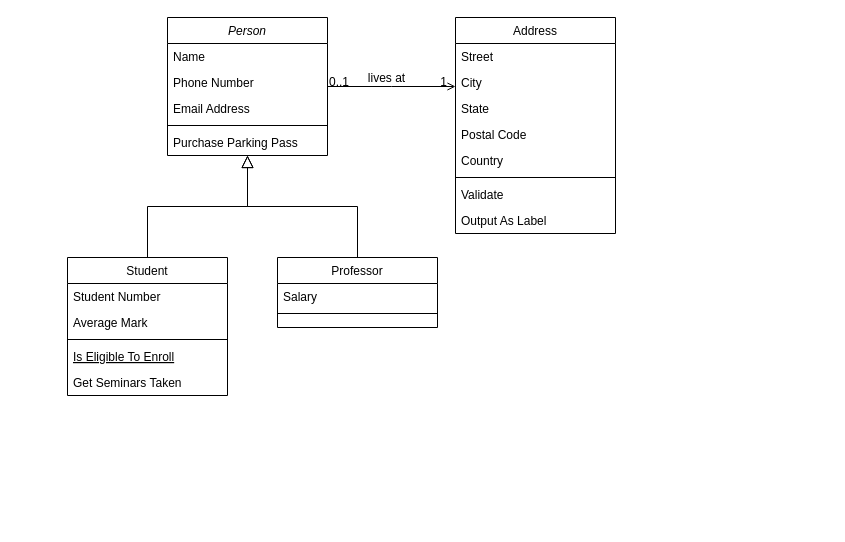
harshithansraj/travelagency keeps this draw.io diagram as Untitled Diagram.drawio. Above is the earlier version. Source tidied: cells renumbered, new cells numbered last; positions are measured from the earlier drawing's top-left corner, leaving out a move shared by most shapes. Both pictures are drawn from the tidied source at 100%, with x=0, y=0 at pixel (67, 17).
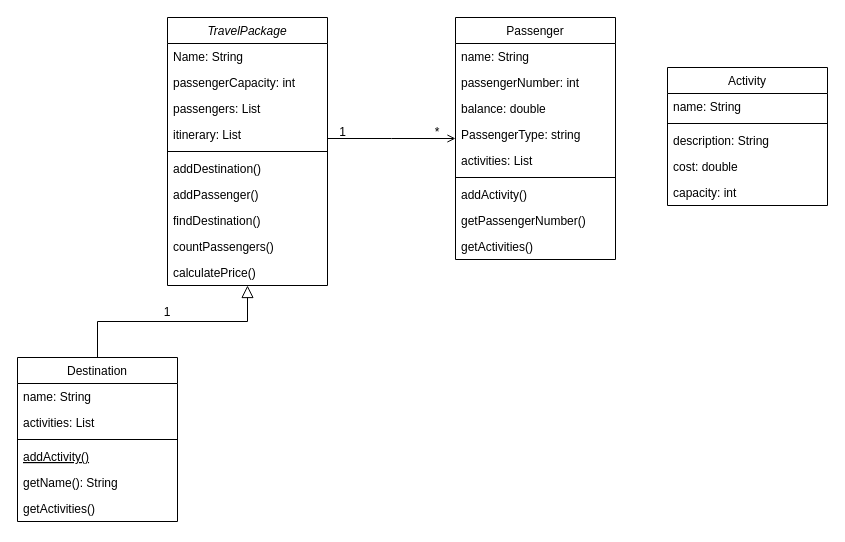
The same diagram, later.

The change refers to these unchanged cells:
```xml
<mxCell id="28" style="endArrow=open;shadow=0;strokeWidth=1;rounded=0;endFill=1;edgeStyle=elbowEdgeStyle;elbow=vertical;" parent="1" edge="1" source="2" target="19">
  <mxGeometry x="0.5" y="41" relative="1" as="geometry">
    <mxPoint x="-40" y="32" as="offset" />
  </mxGeometry>
</mxCell>
```

The edit, as a diff of the source:
```diff
@@
-    <mxCell id="2" value="Person" style="swimlane;fontStyle=2;align=center;verticalAlign=top;horizontal=1;startSize=26;rounded=0;shadow=0;strokeWidth=1;" parent="1" vertex="1">
-      <mxGeometry x="100" width="160" height="138" as="geometry" />
+    <mxCell id="2" value=" TravelPackage  " style="swimlane;fontStyle=2;align=center;verticalAlign=top;horizontal=1;startSize=26;rounded=0;shadow=0;strokeWidth=1;" parent="1" vertex="1">
+      <mxGeometry x="100" width="160" height="268" as="geometry" />
     </mxCell>
-    <mxCell id="3" value="Name" style="text;align=left;verticalAlign=top;spacingLeft=4;spacingRight=4;overflow=hidden;" parent="2" vertex="1">
+    <mxCell id="3" value="Name: String" style="text;align=left;verticalAlign=top;spacingLeft=4;spacingRight=4;overflow=hidden;" parent="2" vertex="1">
       <mxGeometry y="26" width="160" height="26" as="geometry" />
     </mxCell>
-    <mxCell id="4" value="Phone Number" style="text;align=left;verticalAlign=top;spacingLeft=4;spacingRight=4;overflow=hidden;rounded=0;shadow=0;html=0;" parent="2" vertex="1">
+    <mxCell id="4" value="passengerCapacity: int" style="text;align=left;verticalAlign=top;spacingLeft=4;spacingRight=4;overflow=hidden;rounded=0;shadow=0;html=0;" parent="2" vertex="1">
       <mxGeometry y="52" width="160" height="26" as="geometry" />
     </mxCell>
-    <mxCell id="5" value="Email Address" style="text;align=left;verticalAlign=top;spacingLeft=4;spacingRight=4;overflow=hidden;rounded=0;shadow=0;html=0;" parent="2" vertex="1">
+    <mxCell id="5" value="passengers: List" style="text;align=left;verticalAlign=top;spacingLeft=4;spacingRight=4;overflow=hidden;rounded=0;shadow=0;html=0;" parent="2" vertex="1">
       <mxGeometry y="78" width="160" height="26" as="geometry" />
     </mxCell>
+    <mxCell id="32" value="itinerary: List" style="text;align=left;verticalAlign=top;spacingLeft=4;spacingRight=4;overflow=hidden;" parent="2" vertex="1">
+      <mxGeometry y="104" width="160" height="26" as="geometry" />
+    </mxCell>
     <mxCell id="6" style="line;html=1;strokeWidth=1;align=left;verticalAlign=middle;spacingTop=-1;spacingLeft=3;spacingRight=3;labelPosition=right;" parent="2" vertex="1">
-      <mxGeometry y="104" width="160" height="8" as="geometry" />
+      <mxGeometry y="130" width="160" height="8" as="geometry" />
     </mxCell>
-    <mxCell id="7" value="Purchase Parking Pass" style="text;align=left;verticalAlign=top;spacingLeft=4;spacingRight=4;overflow=hidden;" parent="2" vertex="1">
-      <mxGeometry y="112" width="160" height="26" as="geometry" />
+    <mxCell id="7" value="addDestination()" style="text;align=left;verticalAlign=top;spacingLeft=4;spacingRight=4;overflow=hidden;" parent="2" vertex="1">
+      <mxGeometry y="138" width="160" height="26" as="geometry" />
     </mxCell>
+    <mxCell id="33" value="addPassenger()" style="text;align=left;verticalAlign=top;spacingLeft=4;spacingRight=4;overflow=hidden;" parent="2" vertex="1">
+      <mxGeometry y="164" width="160" height="26" as="geometry" />
+    </mxCell>
+    <mxCell id="34" value="findDestination()" style="text;align=left;verticalAlign=top;spacingLeft=4;spacingRight=4;overflow=hidden;" parent="2" vertex="1">
+      <mxGeometry y="190" width="160" height="26" as="geometry" />
+    </mxCell>
+    <mxCell id="35" value="countPassengers()" style="text;align=left;verticalAlign=top;spacingLeft=4;spacingRight=4;overflow=hidden;" parent="2" vertex="1">
+      <mxGeometry y="216" width="160" height="26" as="geometry" />
+    </mxCell>
+    <mxCell id="36" value="calculatePrice()" style="text;align=left;verticalAlign=top;spacingLeft=4;spacingRight=4;overflow=hidden;" parent="2" vertex="1">
+      <mxGeometry y="242" width="160" height="26" as="geometry" />
+    </mxCell>
-    <mxCell id="8" value="Student" style="swimlane;fontStyle=0;align=center;verticalAlign=top;horizontal=1;startSize=26;rounded=0;shadow=0;strokeWidth=1;" parent="1" vertex="1">
-      <mxGeometry y="240" width="160" height="138" as="geometry" />
+    <mxCell id="8" value="Destination" style="swimlane;fontStyle=0;align=center;verticalAlign=top;horizontal=1;startSize=26;rounded=0;shadow=0;strokeWidth=1;" parent="1" vertex="1">
+      <mxGeometry x="-50" y="340" width="160" height="164" as="geometry" />
     </mxCell>
-    <mxCell id="9" value="Student Number" style="text;align=left;verticalAlign=top;spacingLeft=4;spacingRight=4;overflow=hidden;" parent="8" vertex="1">
+    <mxCell id="9" value=" name: String   " style="text;align=left;verticalAlign=top;spacingLeft=4;spacingRight=4;overflow=hidden;" parent="8" vertex="1">
       <mxGeometry y="26" width="160" height="26" as="geometry" />
     </mxCell>
-    <mxCell id="10" value="Average Mark" style="text;align=left;verticalAlign=top;spacingLeft=4;spacingRight=4;overflow=hidden;rounded=0;shadow=0;html=0;" parent="8" vertex="1">
+    <mxCell id="10" value="activities: List" style="text;align=left;verticalAlign=top;spacingLeft=4;spacingRight=4;overflow=hidden;rounded=0;shadow=0;html=0;" parent="8" vertex="1">
       <mxGeometry y="52" width="160" height="26" as="geometry" />
     </mxCell>
@@
-    <mxCell id="12" value="Is Eligible To Enroll" style="text;align=left;verticalAlign=top;spacingLeft=4;spacingRight=4;overflow=hidden;fontStyle=4;" parent="8" vertex="1">
+    <mxCell id="12" value="addActivity()" style="text;align=left;verticalAlign=top;spacingLeft=4;spacingRight=4;overflow=hidden;fontStyle=4;" parent="8" vertex="1">
       <mxGeometry y="86" width="160" height="26" as="geometry" />
     </mxCell>
-    <mxCell id="13" value="Get Seminars Taken" style="text;align=left;verticalAlign=top;spacingLeft=4;spacingRight=4;overflow=hidden;" parent="8" vertex="1">
+    <mxCell id="13" value="getName(): String" style="text;align=left;verticalAlign=top;spacingLeft=4;spacingRight=4;overflow=hidden;" parent="8" vertex="1">
       <mxGeometry y="112" width="160" height="26" as="geometry" />
     </mxCell>
+    <mxCell id="37" value="getActivities()" style="text;align=left;verticalAlign=top;spacingLeft=4;spacingRight=4;overflow=hidden;" parent="8" vertex="1">
+      <mxGeometry y="138" width="160" height="26" as="geometry" />
+    </mxCell>
@@
-    <mxCell id="15" value="Professor" style="swimlane;fontStyle=0;align=center;verticalAlign=top;horizontal=1;startSize=26;rounded=0;shadow=0;strokeWidth=1;" parent="1" vertex="1">
-      <mxGeometry x="210" y="240" width="160" height="70" as="geometry" />
+    <mxCell id="15" value="Activity" style="swimlane;fontStyle=0;align=center;verticalAlign=top;horizontal=1;startSize=26;rounded=0;shadow=0;strokeWidth=1;" parent="1" vertex="1">
+      <mxGeometry x="600" y="50" width="160" height="138" as="geometry" />
     </mxCell>
-    <mxCell id="16" value="Salary" style="text;align=left;verticalAlign=top;spacingLeft=4;spacingRight=4;overflow=hidden;" parent="15" vertex="1">
+    <mxCell id="16" value="name: String" style="text;align=left;verticalAlign=top;spacingLeft=4;spacingRight=4;overflow=hidden;" parent="15" vertex="1">
       <mxGeometry y="26" width="160" height="26" as="geometry" />
     </mxCell>
@@
-    <mxCell id="18" style="endArrow=block;endSize=10;endFill=0;shadow=0;strokeWidth=1;rounded=0;edgeStyle=elbowEdgeStyle;elbow=vertical;" parent="1" edge="1" source="15" target="2">
-      <mxGeometry relative="1" as="geometry" />
-    </mxCell>
+    <mxCell id="38" value="description: String" style="text;align=left;verticalAlign=top;spacingLeft=4;spacingRight=4;overflow=hidden;" parent="15" vertex="1">
+      <mxGeometry y="60" width="160" height="26" as="geometry" />
+    </mxCell>
+    <mxCell id="39" value="cost: double" style="text;align=left;verticalAlign=top;spacingLeft=4;spacingRight=4;overflow=hidden;" parent="15" vertex="1">
+      <mxGeometry y="86" width="160" height="26" as="geometry" />
+    </mxCell>
+    <mxCell id="40" value="capacity: int  " style="text;align=left;verticalAlign=top;spacingLeft=4;spacingRight=4;overflow=hidden;" parent="15" vertex="1">
+      <mxGeometry y="112" width="160" height="26" as="geometry" />
+    </mxCell>
-    <mxCell id="19" value="Address" style="swimlane;fontStyle=0;align=center;verticalAlign=top;horizontal=1;startSize=26;rounded=0;shadow=0;strokeWidth=1;" parent="1" vertex="1">
-      <mxGeometry x="388" width="160" height="216" as="geometry" />
+    <mxCell id="19" value="Passenger" style="swimlane;fontStyle=0;align=center;verticalAlign=top;horizontal=1;startSize=26;rounded=0;shadow=0;strokeWidth=1;" parent="1" vertex="1">
+      <mxGeometry x="388" width="160" height="242" as="geometry" />
     </mxCell>
-    <mxCell id="20" value="Street" style="text;align=left;verticalAlign=top;spacingLeft=4;spacingRight=4;overflow=hidden;" parent="19" vertex="1">
+    <mxCell id="20" value="name: String " style="text;align=left;verticalAlign=top;spacingLeft=4;spacingRight=4;overflow=hidden;" parent="19" vertex="1">
       <mxGeometry y="26" width="160" height="26" as="geometry" />
     </mxCell>
-    <mxCell id="21" value="City" style="text;align=left;verticalAlign=top;spacingLeft=4;spacingRight=4;overflow=hidden;rounded=0;shadow=0;html=0;" parent="19" vertex="1">
+    <mxCell id="21" value="passengerNumber: int" style="text;align=left;verticalAlign=top;spacingLeft=4;spacingRight=4;overflow=hidden;rounded=0;shadow=0;html=0;" parent="19" vertex="1">
       <mxGeometry y="52" width="160" height="26" as="geometry" />
     </mxCell>
-    <mxCell id="22" value="State" style="text;align=left;verticalAlign=top;spacingLeft=4;spacingRight=4;overflow=hidden;rounded=0;shadow=0;html=0;" parent="19" vertex="1">
+    <mxCell id="22" value="balance: double " style="text;align=left;verticalAlign=top;spacingLeft=4;spacingRight=4;overflow=hidden;rounded=0;shadow=0;html=0;" parent="19" vertex="1">
       <mxGeometry y="78" width="160" height="26" as="geometry" />
     </mxCell>
-    <mxCell id="23" value="Postal Code" style="text;align=left;verticalAlign=top;spacingLeft=4;spacingRight=4;overflow=hidden;rounded=0;shadow=0;html=0;" parent="19" vertex="1">
+    <mxCell id="23" value="PassengerType: string" style="text;align=left;verticalAlign=top;spacingLeft=4;spacingRight=4;overflow=hidden;rounded=0;shadow=0;html=0;" parent="19" vertex="1">
       <mxGeometry y="104" width="160" height="26" as="geometry" />
     </mxCell>
-    <mxCell id="24" value="Country" style="text;align=left;verticalAlign=top;spacingLeft=4;spacingRight=4;overflow=hidden;rounded=0;shadow=0;html=0;" parent="19" vertex="1">
+    <mxCell id="24" value="activities: List" style="text;align=left;verticalAlign=top;spacingLeft=4;spacingRight=4;overflow=hidden;rounded=0;shadow=0;html=0;" parent="19" vertex="1">
       <mxGeometry y="130" width="160" height="26" as="geometry" />
     </mxCell>
@@
-    <mxCell id="26" value="Validate" style="text;align=left;verticalAlign=top;spacingLeft=4;spacingRight=4;overflow=hidden;" parent="19" vertex="1">
+    <mxCell id="26" value="addActivity()" style="text;align=left;verticalAlign=top;spacingLeft=4;spacingRight=4;overflow=hidden;" parent="19" vertex="1">
       <mxGeometry y="164" width="160" height="26" as="geometry" />
     </mxCell>
-    <mxCell id="27" value="Output As Label" style="text;align=left;verticalAlign=top;spacingLeft=4;spacingRight=4;overflow=hidden;" parent="19" vertex="1">
+    <mxCell id="27" value="getPassengerNumber()" style="text;align=left;verticalAlign=top;spacingLeft=4;spacingRight=4;overflow=hidden;" parent="19" vertex="1">
       <mxGeometry y="190" width="160" height="26" as="geometry" />
     </mxCell>
+    <mxCell id="41" value="getActivities()" style="text;align=left;verticalAlign=top;spacingLeft=4;spacingRight=4;overflow=hidden;" parent="19" vertex="1">
+      <mxGeometry y="216" width="160" height="26" as="geometry" />
+    </mxCell>
@@
-    <mxCell id="29" value="0..1" style="align=left;verticalAlign=bottom;labelBackgroundColor=none;fontSize=12;" parent="28" vertex="1">
-      <mxGeometry x="-1" relative="1" as="geometry">
-        <mxPoint y="4" as="offset" />
-      </mxGeometry>
-    </mxCell>
     <mxCell id="30" value="1" style="align=right;verticalAlign=bottom;labelBackgroundColor=none;fontSize=12;" parent="28" vertex="1">
       <mxGeometry x="1" relative="1" as="geometry">
-        <mxPoint x="-7" y="4" as="offset" />
+        <mxPoint x="-108" y="2" as="offset" />
       </mxGeometry>
     </mxCell>
-    <mxCell id="31" value="lives at" style="text;html=1;align=center;verticalAlign=middle;labelBackgroundColor=none;rounded=0;shadow=0;strokeWidth=1;fontSize=12;" parent="28" vertex="1">
-      <mxGeometry x="0.5" y="49" relative="1" as="geometry">
-        <mxPoint x="-38" y="40" as="offset" />
-      </mxGeometry>
-    </mxCell>
+    <mxCell id="42" value="*" style="text;strokeColor=none;align=center;fillColor=none;html=1;verticalAlign=middle;whiteSpace=wrap;rounded=0;" parent="1" vertex="1">
+      <mxGeometry x="340" y="100" width="60" height="30" as="geometry" />
+    </mxCell>
+    <mxCell id="43" value="1" style="text;strokeColor=none;align=center;fillColor=none;html=1;verticalAlign=middle;whiteSpace=wrap;rounded=0;" parent="1" vertex="1">
+      <mxGeometry x="70" y="280" width="60" height="30" as="geometry" />
+    </mxCell>
```
